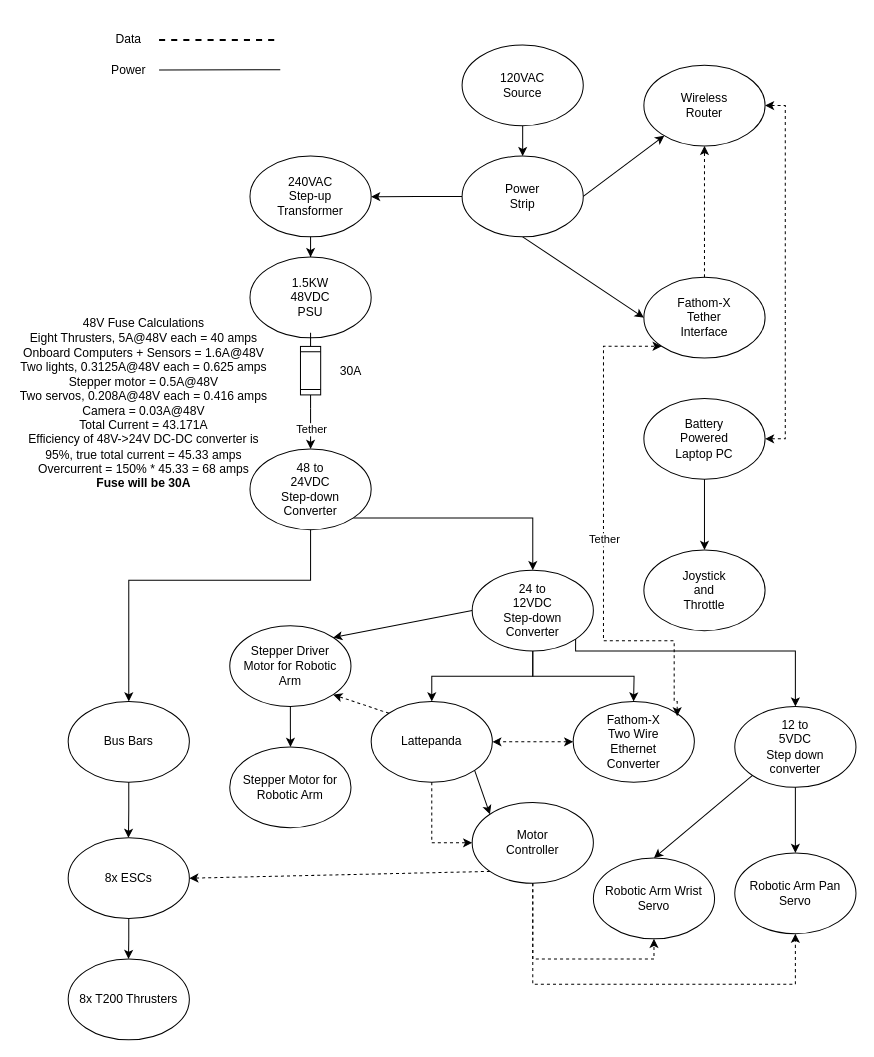
This is Untitled Diagram.drawio from markt006/MATEROVSIDS, a draw.io file, before an edit. Source tidied: cells renumbered, new cells numbered last; positions are measured from the earlier drawing's top-left corner, leaving out a move shared by most shapes. Both pictures are drawn from the tidied source at 101%, with x=0, y=0 at pixel (17, 24).
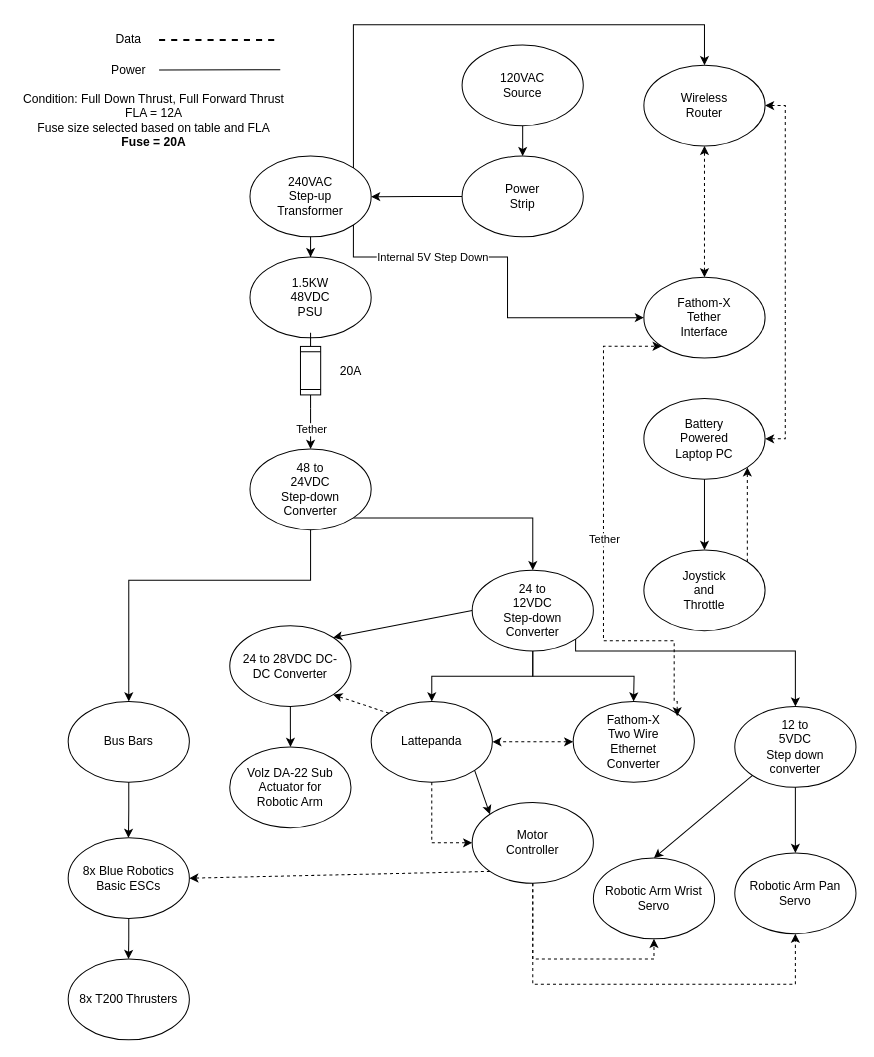
After the change.

Commit message:
Updated top side

Unchanged cells that the change refers to:
```xml
<mxCell id="11" style="ellipse;whiteSpace=wrap;html=1;" parent="10" vertex="1">
  <mxGeometry width="120" height="80" as="geometry" />
</mxCell>
<mxCell id="15" style="ellipse;whiteSpace=wrap;html=1;" parent="14" vertex="1">
  <mxGeometry width="120" height="80" as="geometry" />
</mxCell>
<mxCell id="20" style="ellipse;whiteSpace=wrap;html=1;" parent="18" vertex="1">
  <mxGeometry width="120" height="80" as="geometry" />
</mxCell>
<mxCell id="22" style="group;" parent="1" vertex="1">
  <mxGeometry x="620" y="40" width="120" height="80" as="geometry" />
</mxCell>
<mxCell id="24" style="ellipse;whiteSpace=wrap;html=1;" parent="23" vertex="1">
  <mxGeometry width="120" height="80" as="geometry" />
</mxCell>
<mxCell id="29" style="ellipse;whiteSpace=wrap;html=1;" parent="28" vertex="1">
  <mxGeometry width="120" height="80" as="geometry" />
</mxCell>
<mxCell id="33" style="ellipse;whiteSpace=wrap;html=1;" parent="32" vertex="1">
  <mxGeometry width="120" height="80" as="geometry" />
</mxCell>
<mxCell id="68" style="group;" parent="42" vertex="1">
  <mxGeometry x="-20" y="175" width="120" height="80" as="geometry" />
</mxCell>
<mxCell id="72" style="group;" parent="42" vertex="1">
  <mxGeometry x="-20" y="295" width="120" height="80" as="geometry" />
</mxCell>
<mxCell id="86" style="group;" parent="82" vertex="1">
  <mxGeometry y="135" width="120" height="80" as="geometry" />
</mxCell>
```

Diff of the diagram source:
```diff
@@
-    <mxCell id="13" style="endArrow=classic;html=1;rounded=0;exitX=0.5;exitY=1;exitDx=0;exitDy=0;entryX=0;entryY=0.5;entryDx=0;entryDy=0;" parent="1" edge="1" source="20" target="11">
-      <mxGeometry relative="1" as="geometry" />
-    </mxCell>
@@
-    <mxCell id="26" style="endArrow=classic;html=1;rounded=0;dashed=1;exitX=0.5;exitY=0;exitDx=0;exitDy=0;entryX=0.5;entryY=1;entryDx=0;entryDy=0;" parent="22" edge="1" source="11" target="24">
+    <mxCell id="26" style="endArrow=classic;html=1;rounded=0;dashed=1;exitX=0.5;exitY=0;exitDx=0;exitDy=0;entryX=0.5;entryY=1;entryDx=0;entryDy=0;startArrow=classic;startFill=1;" parent="22" edge="1" source="11" target="24">
       <mxGeometry relative="1" as="geometry" />
     </mxCell>
-    <mxCell id="27" style="endArrow=classic;html=1;rounded=0;exitX=1;exitY=0.5;exitDx=0;exitDy=0;" parent="1" edge="1" source="20" target="24">
-      <mxGeometry relative="1" as="geometry" />
-    </mxCell>
@@
-    <mxCell id="71" value="Stepper Driver Motor for Robotic Arm" style="text;html=1;align=center;verticalAlign=middle;whiteSpace=wrap;rounded=0;" parent="68" vertex="1" collapsed="1">
+    <mxCell id="71" value="24 to 28VDC DC-DC Converter" style="text;html=1;align=center;verticalAlign=middle;whiteSpace=wrap;rounded=0;" parent="68" vertex="1" collapsed="1">
       <mxGeometry x="10" y="25" width="100" height="30" as="geometry" />
     </mxCell>
@@
-    <mxCell id="74" value="Stepper Motor for Robotic Arm" style="text;html=1;align=center;verticalAlign=middle;whiteSpace=wrap;rounded=0;" parent="72" vertex="1" collapsed="1">
+    <mxCell id="74" value="Volz DA-22 Sub Actuator for Robotic Arm" style="text;html=1;align=center;verticalAlign=middle;whiteSpace=wrap;rounded=0;" parent="72" vertex="1" collapsed="1">
       <mxGeometry x="10" y="25" width="100" height="30" as="geometry" />
     </mxCell>
@@
-    <mxCell id="89" value="8x ESCs" style="text;html=1;align=center;verticalAlign=middle;whiteSpace=wrap;rounded=0;" parent="86" vertex="1" collapsed="1">
+    <mxCell id="89" value="8x Blue Robotics Basic ESCs" style="text;html=1;align=center;verticalAlign=middle;whiteSpace=wrap;rounded=0;" parent="86" vertex="1" collapsed="1">
       <mxGeometry x="10" y="25" width="100" height="30" as="geometry" />
     </mxCell>
@@
-    <mxCell id="104" value="30A" style="text;html=1;align=center;verticalAlign=middle;whiteSpace=wrap;rounded=0;" parent="1" vertex="1" collapsed="1">
+    <mxCell id="104" value="20A" style="text;html=1;align=center;verticalAlign=middle;whiteSpace=wrap;rounded=0;" parent="1" vertex="1" collapsed="1">
       <mxGeometry x="300" y="327.5" width="60" height="30" as="geometry" />
     </mxCell>
-    <mxCell id="105" value="&lt;div&gt;48V Fuse Calculations&lt;/div&gt;&lt;div&gt;Eight Thrusters, 5A@48V each = 40 amps&lt;/div&gt;&lt;div&gt;Onboard Computers + Sensors = 1.6A@48V&lt;br&gt;&lt;/div&gt;&lt;div&gt;Two lights, 0.3125A@48V each = 0.625 amps&lt;/div&gt;&lt;div&gt;Stepper motor = 0.5A@48V&lt;/div&gt;&lt;div&gt;Two servos, 0.208A@48V each = 0.416 amps&lt;/div&gt;&lt;div&gt;Camera = 0.03A@48V&lt;/div&gt;&lt;div&gt;Total Current = 43.171A&lt;/div&gt;&lt;div&gt;Efficiency of 48V-&amp;gt;24V DC-DC converter is 95%, true total current = 45.33 amps&lt;/div&gt;&lt;div&gt;Overcurrent = 150% * 45.33 = 68 amps&lt;/div&gt;&lt;div&gt;&lt;b&gt;Fuse will be 30A&lt;/b&gt;&lt;br&gt;&lt;/div&gt;" style="text;html=1;align=center;verticalAlign=middle;whiteSpace=wrap;rounded=0;" parent="1" vertex="1" collapsed="1">
-      <mxGeometry y="290" width="250" height="170" as="geometry" />
+    <mxCell id="105" value="&lt;div&gt;Condition: Full Down Thrust, Full Forward Thrust&lt;/div&gt;&lt;div&gt;FLA = 12A&lt;/div&gt;&lt;div&gt;Fuse size selected based on table and FLA&lt;/div&gt;&lt;div&gt;&lt;b&gt;Fuse = 20A&lt;/b&gt;&lt;/div&gt;" style="text;html=1;align=center;verticalAlign=middle;whiteSpace=wrap;rounded=0;" parent="1" vertex="1" collapsed="1">
+      <mxGeometry y="10" width="270" height="170" as="geometry" />
     </mxCell>
@@
+    <mxCell id="107" value="Internal 5V Step Down" style="edgeStyle=orthogonalEdgeStyle;rounded=0;jettySize=auto;html=1;exitX=1;exitY=1;exitDx=0;exitDy=0;entryX=0;entryY=0.5;entryDx=0;entryDy=0;" parent="1" edge="1" source="33" target="11">
+      <mxGeometry x="-0.42" relative="1" as="geometry">
+        <Array as="points">
+          <mxPoint x="332" y="230" />
+          <mxPoint x="485" y="230" />
+          <mxPoint x="485" y="290" />
+        </Array>
+      </mxGeometry>
+    </mxCell>
+    <mxCell id="108" style="edgeStyle=orthogonalEdgeStyle;rounded=0;jettySize=auto;html=1;exitX=1;exitY=0;exitDx=0;exitDy=0;entryX=0.5;entryY=0;entryDx=0;entryDy=0;" parent="1" edge="1" source="33" target="24">
+      <mxGeometry relative="1" as="geometry">
+        <Array as="points">
+          <mxPoint x="332" />
+          <mxPoint x="680" />
+        </Array>
+      </mxGeometry>
+    </mxCell>
+    <mxCell id="109" style="edgeStyle=orthogonalEdgeStyle;rounded=0;jettySize=auto;html=1;exitX=1;exitY=0;exitDx=0;exitDy=0;entryX=1;entryY=1;entryDx=0;entryDy=0;dashed=1;" parent="1" edge="1" source="29" target="15">
+      <mxGeometry relative="1" as="geometry" />
+    </mxCell>
```
